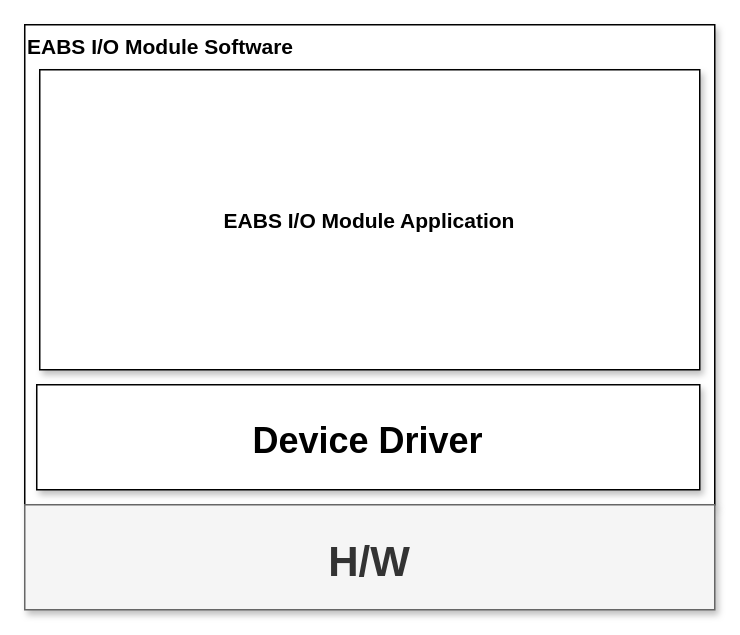
Earlier version of the draw.io diagram page "IO-Module-Block-Diagram" (2 of 9) of EABS/Document_Pack/Design/INPUT/eabs_input_block_diagram.drawio (chillin2/MyDraw.io). Source tidied: cells renumbered, new cells numbered last; positions are measured from the earlier drawing's top-left corner, leaving out a move shared by most shapes. Both pictures are drawn from the tidied source at 150%, with x=0, y=0 at pixel (24, 24).
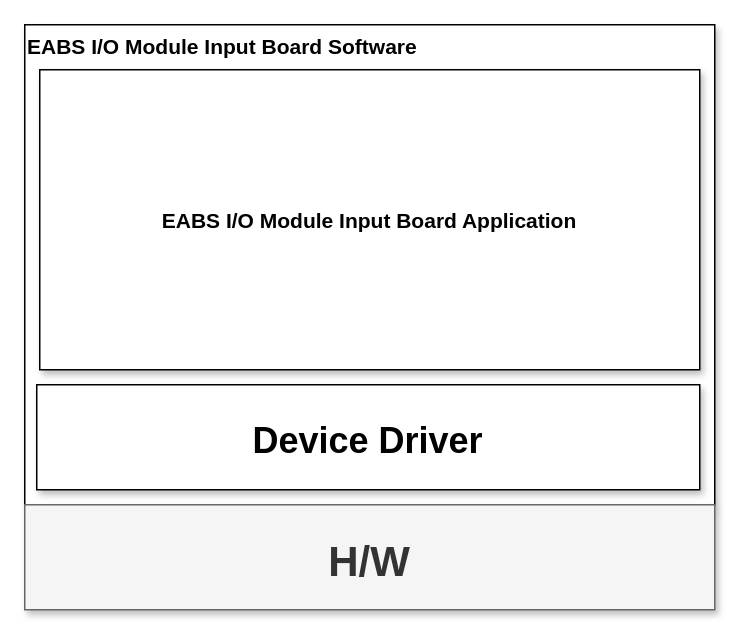
Above is the later version.

Diff of the diagram source:
```diff
@@
 <mxGraphModel>
   <root>
     <mxCell id="0" />
     <mxCell id="1" parent="0" />
-    <mxCell id="2" value="EABS I/O Module Software" style="rounded=0;shadow=1;fontStyle=1;fontSize=14;align=left;verticalAlign=top;" parent="1" vertex="1">
+    <mxCell id="2" value="EABS I/O Module Input Board Software" style="rounded=0;shadow=1;fontStyle=1;fontSize=14;align=left;verticalAlign=top;" parent="1" vertex="1">
       <mxGeometry width="460" height="320" as="geometry" />
     </mxCell>
     <mxCell id="3" value="H/W" style="rounded=0;shadow=1;fontStyle=1;fontSize=28;align=center;verticalAlign=middle;spacing=2;fillColor=#f5f5f5;fontColor=#333333;strokeColor=#666666;" parent="1" vertex="1">
       <mxGeometry y="320" width="460" height="70" as="geometry" />
     </mxCell>
     <mxCell id="4" value="Device Driver" style="rounded=0;shadow=1;fontStyle=1;fontSize=24;align=center;verticalAlign=middle;" parent="1" vertex="1">
       <mxGeometry x="8" y="240" width="442" height="70" as="geometry" />
     </mxCell>
-    <mxCell id="5" value="EABS I/O Module Application" style="rounded=0;shadow=1;fontStyle=1;fontSize=14;align=center;verticalAlign=middle;" parent="1" vertex="1">
+    <mxCell id="5" value="EABS I/O Module Input Board Application" style="rounded=0;shadow=1;fontStyle=1;fontSize=14;align=center;verticalAlign=middle;" parent="1" vertex="1">
       <mxGeometry x="10" y="30" width="440" height="200" as="geometry" />
     </mxCell>
   </root>
 </mxGraphModel>
```
